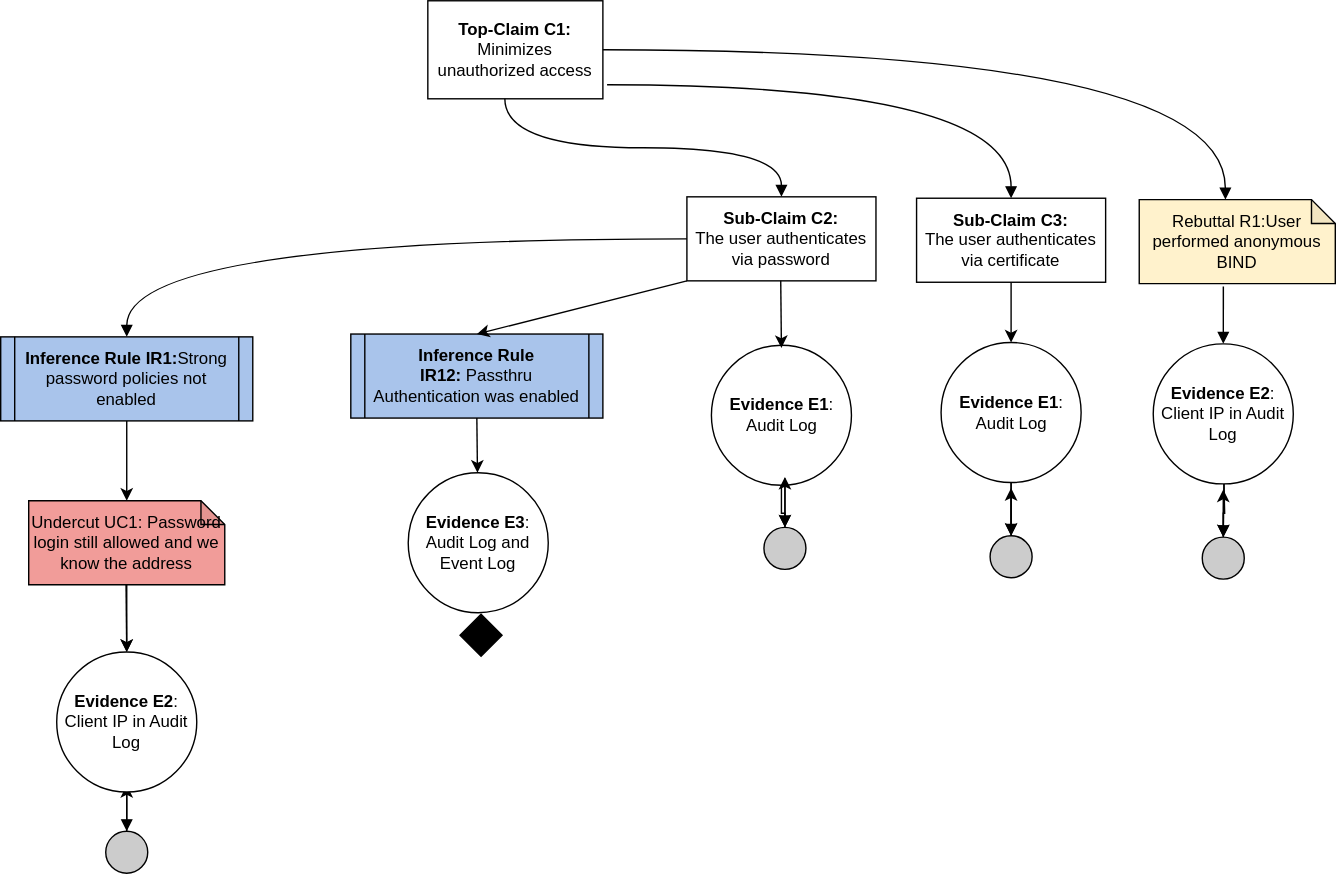
The draw.io diagram images/BIND Assurance Case.svg in bartelsjoshuac/SAPG, before a commit. Source tidied: cells renumbered, new cells last; positions are measured from the earlier drawing's top-left corner, leaving out a move shared by most shapes.
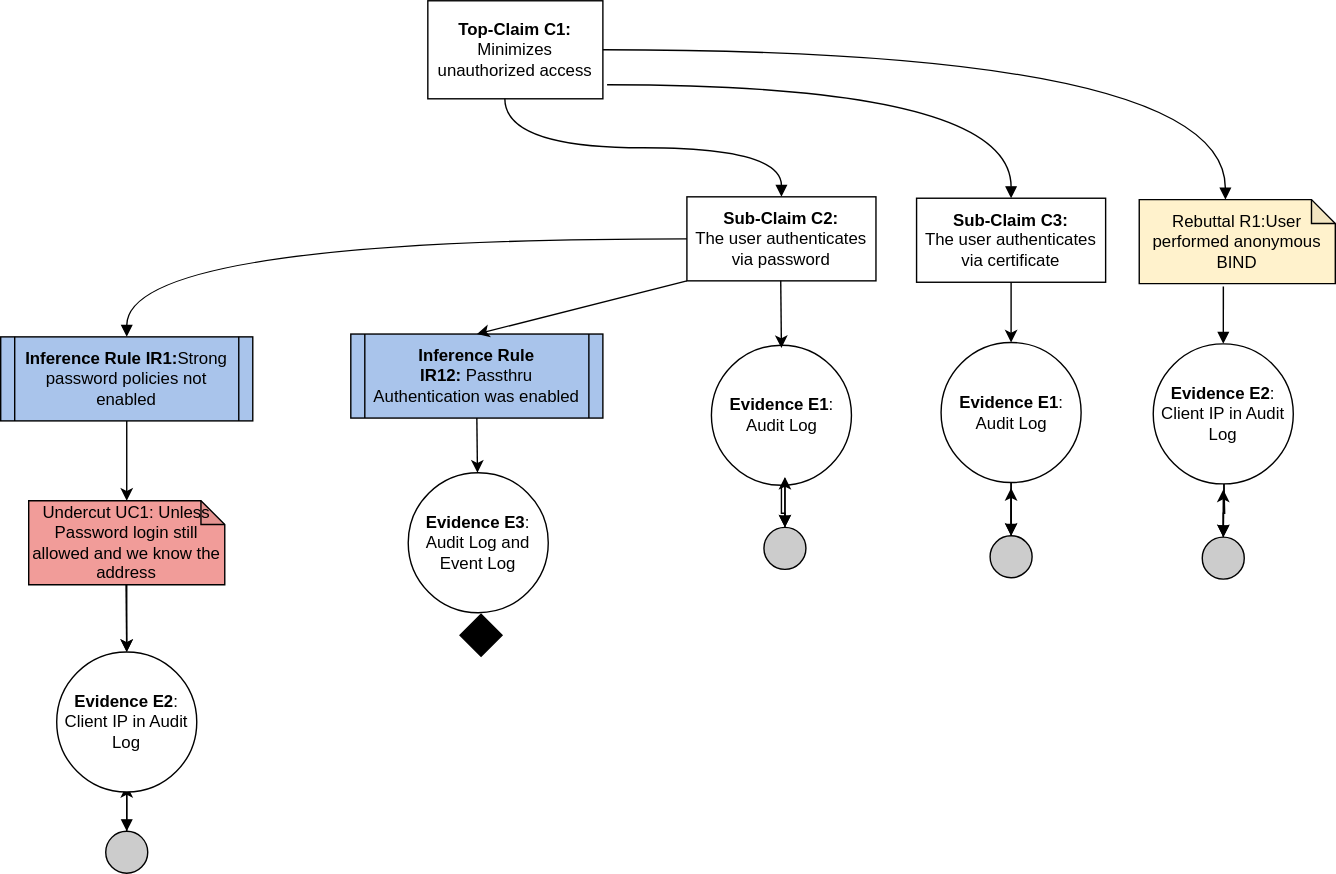
Later version of the same file.

What changed in the source:
```diff
@@ -36,7 +36,7 @@
     <mxCell id="11" style="edgeStyle=orthogonalEdgeStyle;rounded=0;jettySize=auto;html=1;" parent="1" edge="1" source="12" target="15">
       <mxGeometry relative="1" as="geometry" />
     </mxCell>
-    <mxCell id="12" value="Undercut UC1: Password login still allowed and we know the address" style="shape=note;whiteSpace=wrap;html=1;backgroundOutline=1;darkOpacity=0.05;size=17;fillColor=#F19C99;" parent="1" vertex="1">
+    <mxCell id="12" value="Undercut UC1: Unless Password login still allowed and we know the address" style="shape=note;whiteSpace=wrap;html=1;backgroundOutline=1;darkOpacity=0.05;size=17;fillColor=#F19C99;" parent="1" vertex="1">
       <mxGeometry x="20" y="357" width="140" height="60" as="geometry" />
     </mxCell>
     <mxCell id="13" style="edgeStyle=orthogonalEdgeStyle;curved=1;rounded=0;jettySize=auto;html=1;exitX=0;exitY=0.5;exitDx=0;exitDy=0;endArrow=block;endFill=1;entryX=0.5;entryY=0;entryDx=0;entryDy=0;" parent="1" edge="1" source="3" target="10">
```
